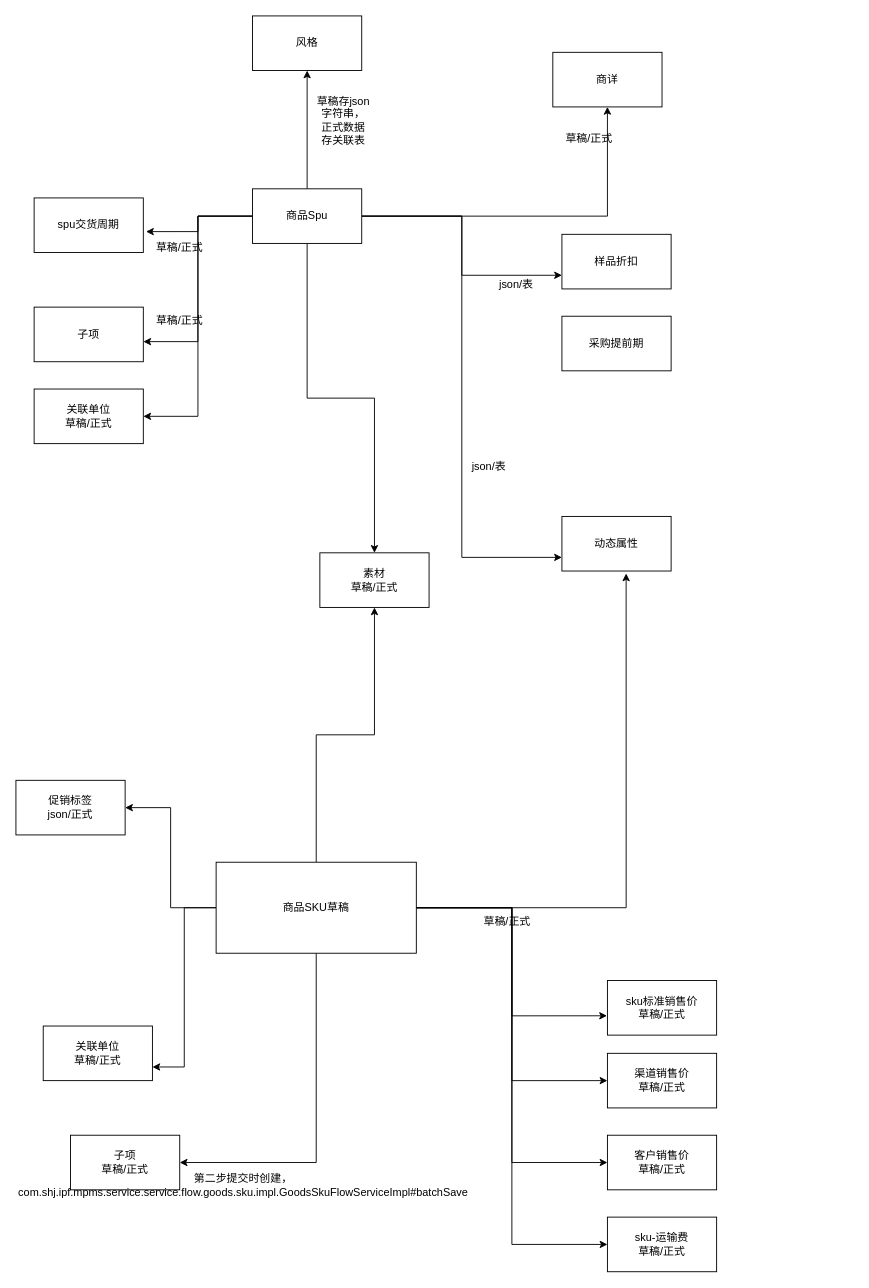
This is 商品打包逻辑梳理草稿.drawio from 1846872430/shj_chart, a draw.io file, before an edit. Source tidied: cells renumbered, new cells numbered last; positions are measured from the earlier drawing's top-left corner, leaving out a move shared by most shapes. Both pictures are drawn from the tidied source at 91%, with x=0, y=0 at pixel (15, 15).
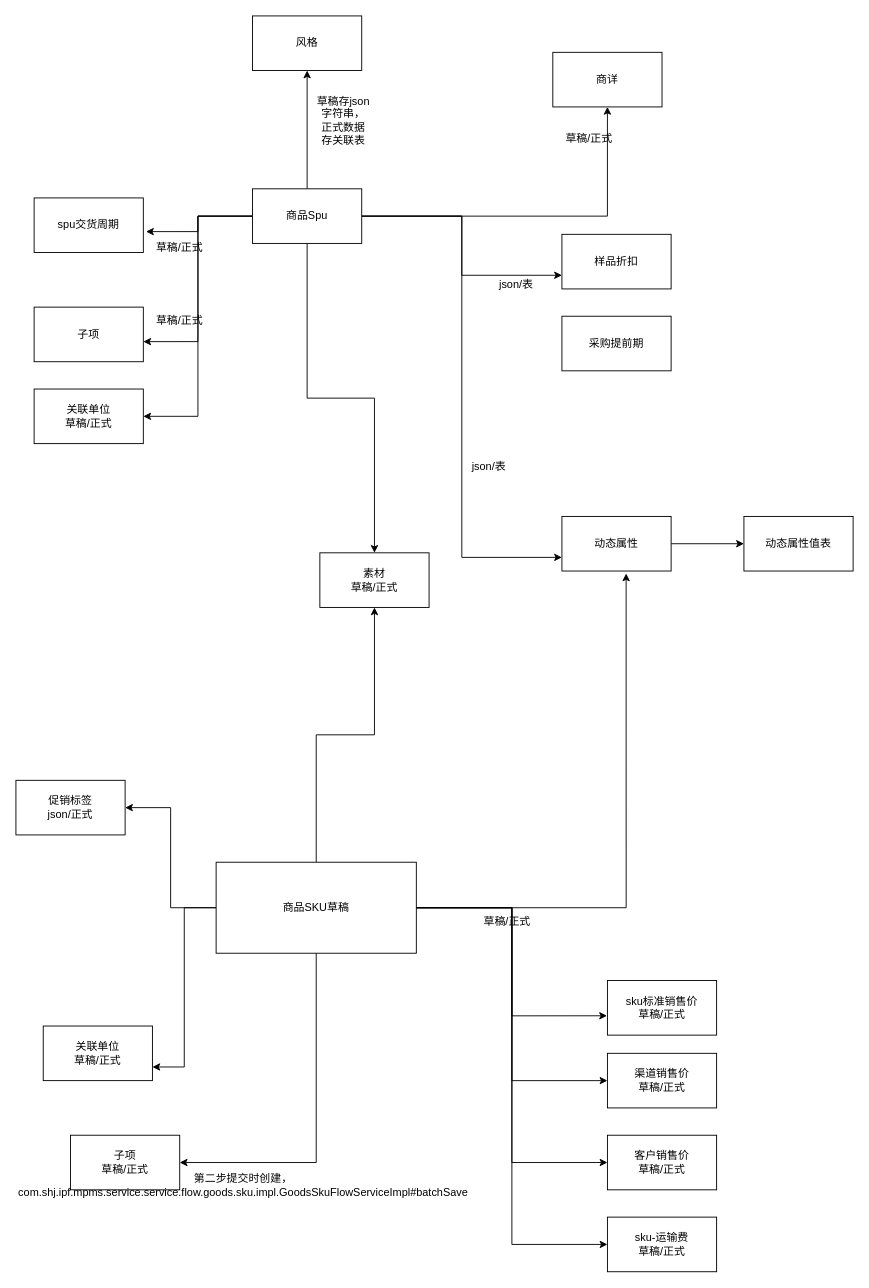
The same diagram, later.

Commit message:
更新商品打包逻辑梳理草稿.drawio

The change refers to these unchanged cells:
```xml
<mxCell id="18" value="动态属性" style="rounded=0;whiteSpace=wrap;html=1;" parent="1" vertex="1">
  <mxGeometry x="600" y="550" width="120" height="60" as="geometry" />
</mxCell>
```

What changed in the source:
```diff
@@
+    <mxCell id="45" style="edgeStyle=orthogonalEdgeStyle;rounded=0;jettySize=auto;html=1;" parent="1" edge="1" source="18" target="46">
+      <mxGeometry relative="1" as="geometry" />
+    </mxCell>
@@
+    <mxCell id="46" value="动态属性值表" style="rounded=0;whiteSpace=wrap;html=1;" parent="1" vertex="1">
+      <mxGeometry x="800" y="550" width="120" height="60" as="geometry" />
+    </mxCell>
```
